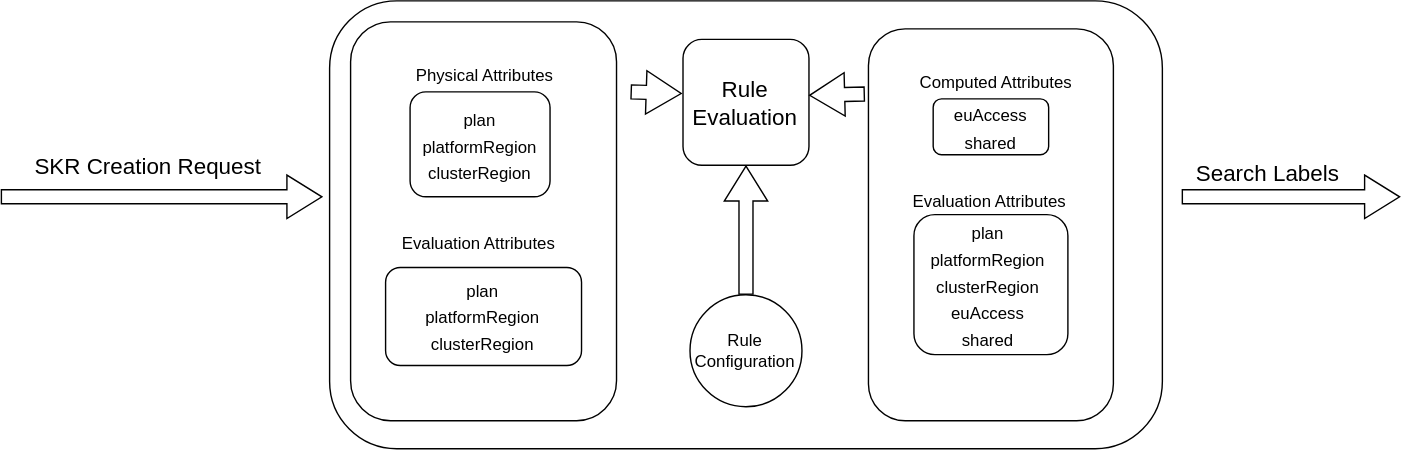
Earlier version of the draw.io export docs/assets/hap-rules-general.drawio.svg (kyma-project/kyma-environment-broker). Source tidied: cells renumbered, new cells last; positions are measured from the earlier drawing's top-left corner, leaving out a move shared by most shapes.
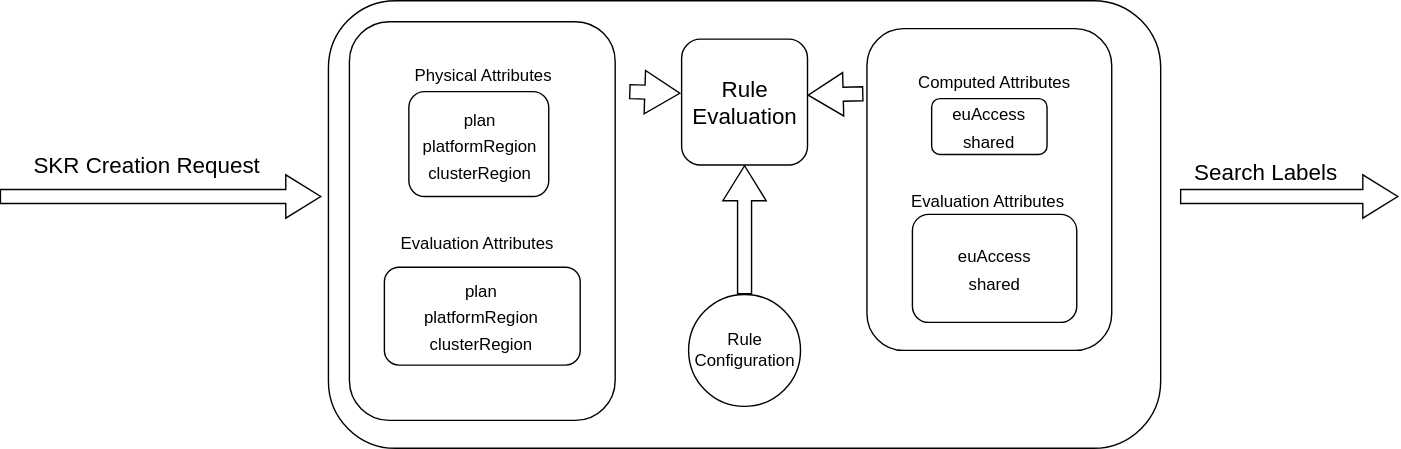
After the commit.

Change to the diagram source:
```diff
@@ -6,7 +6,7 @@
       <mxGeometry x="235" width="595" height="320" as="geometry" />
     </mxCell>
     <mxCell id="3" style="whiteSpace=wrap;html=1;rounded=1;" parent="1" vertex="1">
-      <mxGeometry x="620" y="20" width="175" height="280" as="geometry" />
+      <mxGeometry x="620" y="20" width="175" height="230" as="geometry" />
     </mxCell>
     <mxCell id="4" style="whiteSpace=wrap;html=1;rounded=1;" parent="1" vertex="1">
       <mxGeometry x="666.2" y="70" width="82.5" height="40" as="geometry" />
@@ -18,7 +18,7 @@
       <mxGeometry x="275" y="190.5" width="140" height="70" as="geometry" />
     </mxCell>
     <mxCell id="7" style="whiteSpace=wrap;html=1;rounded=1;" parent="1" vertex="1">
-      <mxGeometry x="652.5" y="152.8" width="110" height="100" as="geometry" />
+      <mxGeometry x="652.5" y="152.8" width="117.5" height="77.2" as="geometry" />
     </mxCell>
     <mxCell id="8" style="whiteSpace=wrap;html=1;rounded=1;" parent="1" vertex="1">
       <mxGeometry x="292.5" y="65" width="100" height="75" as="geometry" />
@@ -55,8 +55,8 @@
     <mxCell id="17" value="&lt;div&gt;&lt;font style=&quot;font-size: 12px;&quot;&gt;plan&lt;/font&gt;&lt;/div&gt;&lt;div&gt;&lt;font style=&quot;font-size: 12px;&quot;&gt;platformRegion&lt;/font&gt;&lt;/div&gt;&lt;div&gt;&lt;font style=&quot;font-size: 12px;&quot;&gt;clusterRegion&lt;/font&gt;&lt;/div&gt;" style="text;html=1;align=center;verticalAlign=middle;strokeColor=none;fillColor=none;fontSize=16;" parent="1" vertex="1">
       <mxGeometry x="293.8" y="190" width="100" height="70" as="geometry" />
     </mxCell>
-    <mxCell id="18" value="&lt;div&gt;&lt;font style=&quot;font-size: 12px;&quot;&gt;plan&lt;/font&gt;&lt;/div&gt;&lt;div&gt;&lt;font style=&quot;font-size: 12px;&quot;&gt;platformRegion&lt;/font&gt;&lt;/div&gt;&lt;div&gt;&lt;font style=&quot;font-size: 12px;&quot;&gt;clusterRegion&lt;/font&gt;&lt;/div&gt;&lt;div&gt;&lt;span style=&quot;font-size: 12px; background-color: transparent; color: light-dark(rgb(0, 0, 0), rgb(255, 255, 255));&quot;&gt;euAccess&lt;/span&gt;&lt;br&gt;&lt;/div&gt;&lt;div&gt;&lt;span style=&quot;font-size: 12px; background-color: transparent; color: light-dark(rgb(0, 0, 0), rgb(255, 255, 255));&quot;&gt;shared&lt;/span&gt;&lt;/div&gt;" style="text;html=1;align=center;verticalAlign=middle;strokeColor=none;fillColor=none;fontSize=16;" parent="1" vertex="1">
-      <mxGeometry x="655" y="147.8" width="100" height="110" as="geometry" />
+    <mxCell id="18" value="&lt;div&gt;&lt;span style=&quot;background-color: transparent; color: light-dark(rgb(0, 0, 0), rgb(255, 255, 255)); font-size: 12px;&quot;&gt;euAccess&lt;/span&gt;&lt;br&gt;&lt;/div&gt;&lt;div&gt;&lt;span style=&quot;font-size: 12px; background-color: transparent; color: light-dark(rgb(0, 0, 0), rgb(255, 255, 255));&quot;&gt;shared&lt;/span&gt;&lt;/div&gt;" style="text;html=1;align=center;verticalAlign=middle;strokeColor=none;fillColor=none;fontSize=16;" parent="1" vertex="1">
+      <mxGeometry x="671.2" y="166.4" width="80" height="50" as="geometry" />
     </mxCell>
     <mxCell id="19" value="&lt;div&gt;&lt;span style=&quot;font-size: 12px; background-color: transparent; color: light-dark(rgb(0, 0, 0), rgb(255, 255, 255));&quot;&gt;plan&lt;/span&gt;&lt;br&gt;&lt;/div&gt;&lt;div&gt;&lt;font style=&quot;font-size: 12px;&quot;&gt;platformRegion&lt;/font&gt;&lt;/div&gt;&lt;div&gt;&lt;font style=&quot;font-size: 12px;&quot;&gt;clusterRegion&lt;/font&gt;&lt;/div&gt;" style="text;html=1;align=center;verticalAlign=middle;strokeColor=none;fillColor=none;fontSize=16;" parent="1" vertex="1">
       <mxGeometry x="292.5" y="67.5" width="100" height="70" as="geometry" />
```
